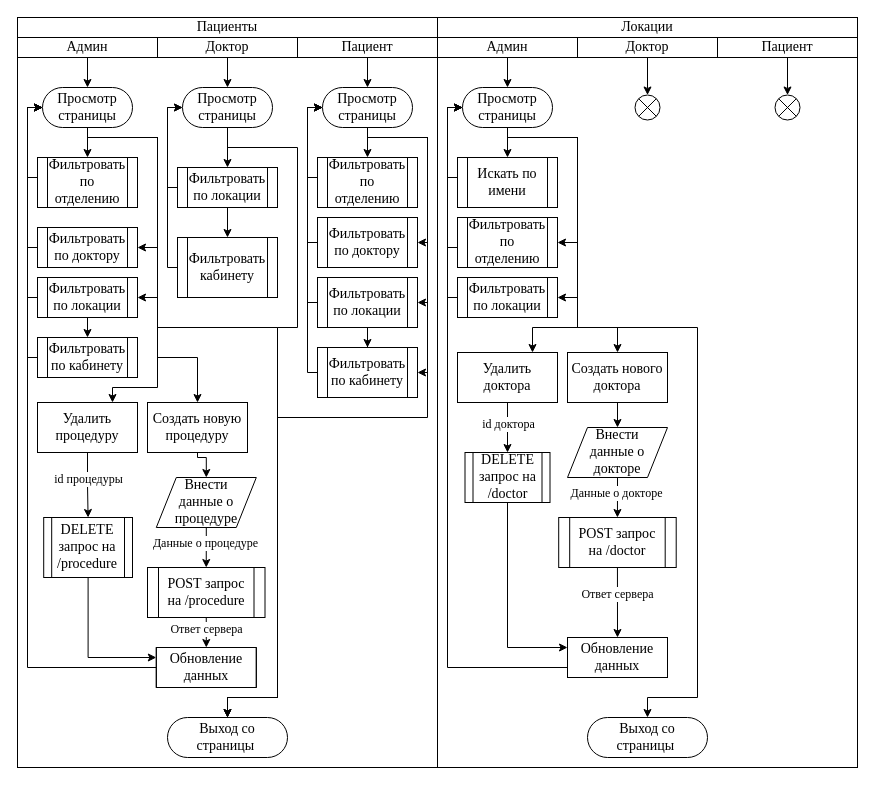
Earlier version of the draw.io diagram patients and locations.drawio (arturyumaev/Bachelor-Diploma-Docs). Source tidied: cells renumbered, new cells numbered last; positions are measured from the earlier drawing's top-left corner, leaving out a move shared by most shapes. Both pictures are drawn from the tidied source at 100%, with x=0, y=0 at pixel (17, 17).
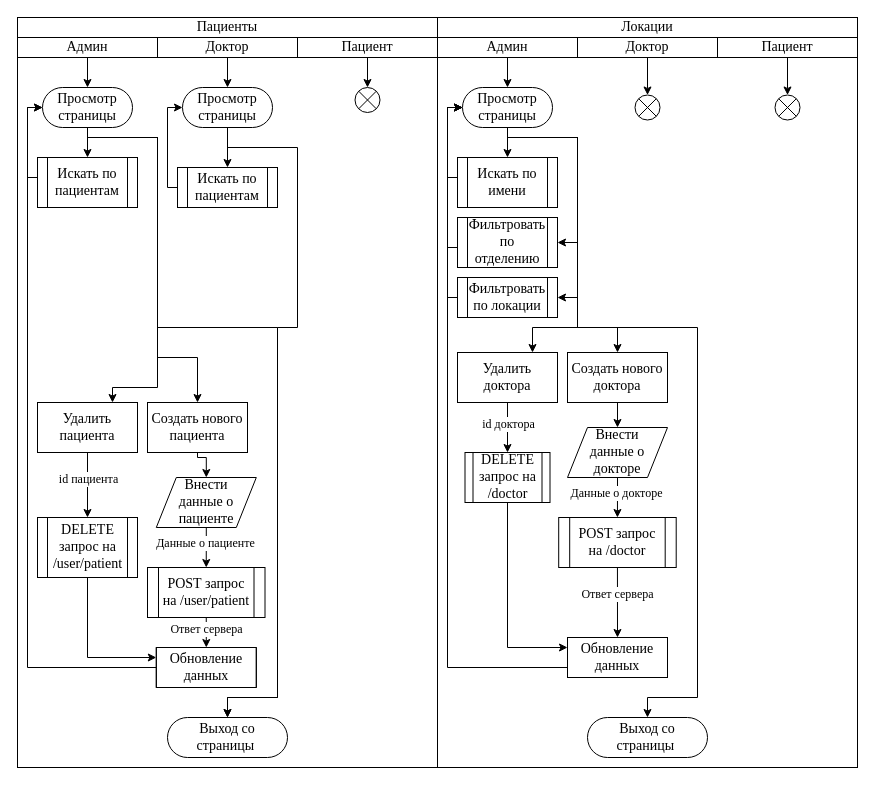
The same diagram, later.

The change refers to these unchanged cells:
```xml
<mxCell id="9" value="&lt;font style=&quot;font-size: 14px&quot; face=&quot;Times New Roman&quot;&gt;Пациент&lt;/font&gt;" style="rounded=0;whiteSpace=wrap;html=1;" parent="1" vertex="1">
  <mxGeometry x="280" y="20" width="140" height="20" as="geometry" />
</mxCell>
<mxCell id="17" value="&lt;font style=&quot;font-size: 14px&quot; face=&quot;Times New Roman&quot;&gt;Просмотр страницы&lt;/font&gt;" style="rounded=1;whiteSpace=wrap;html=1;fillColor=none;arcSize=50;" parent="1" vertex="1">
  <mxGeometry x="25" y="70" width="90" height="40" as="geometry" />
</mxCell>
<mxCell id="18" value="&lt;font style=&quot;font-size: 14px&quot; face=&quot;Times New Roman&quot;&gt;Выход со страницы&amp;nbsp;&lt;/font&gt;" style="rounded=1;whiteSpace=wrap;html=1;fillColor=none;arcSize=50;" parent="1" vertex="1">
  <mxGeometry x="150" y="700" width="120" height="40" as="geometry" />
</mxCell>
<mxCell id="23" value="&lt;font style=&quot;font-size: 14px&quot; face=&quot;Times New Roman&quot;&gt;Просмотр страницы&lt;/font&gt;" style="rounded=1;whiteSpace=wrap;html=1;fillColor=none;arcSize=50;" parent="1" vertex="1">
  <mxGeometry x="165" y="70" width="90" height="40" as="geometry" />
</mxCell>
<mxCell id="48" style="edgeStyle=orthogonalEdgeStyle;rounded=0;jettySize=auto;html=1;exitX=0.5;exitY=1;exitDx=0;exitDy=0;entryX=0.5;entryY=0;entryDx=0;entryDy=0;" parent="1" edge="1" source="50" target="53">
  <mxGeometry relative="1" as="geometry" />
</mxCell>
<mxCell id="61" style="edgeStyle=orthogonalEdgeStyle;rounded=0;jettySize=auto;html=1;exitX=0.5;exitY=1;exitDx=0;exitDy=0;entryX=0.5;entryY=0;entryDx=0;entryDy=0;" parent="1" edge="1" source="63" target="101">
  <mxGeometry relative="1" as="geometry" />
</mxCell>
```

Diff of the diagram source:
```diff
@@
-    <mxCell id="8" style="edgeStyle=orthogonalEdgeStyle;rounded=0;jettySize=auto;html=1;exitX=0.5;exitY=1;exitDx=0;exitDy=0;entryX=0.5;entryY=0;entryDx=0;entryDy=0;endArrow=classic;endFill=1;" parent="1" edge="1" source="9" target="29">
+    <mxCell id="8" style="edgeStyle=orthogonalEdgeStyle;rounded=0;jettySize=auto;html=1;exitX=0.5;exitY=1;exitDx=0;exitDy=0;entryX=0.5;entryY=0;entryDx=0;entryDy=0;endArrow=classic;endFill=1;" parent="1" edge="1" source="9" target="110">
       <mxGeometry relative="1" as="geometry" />
     </mxCell>
@@
-    <mxCell id="12" style="edgeStyle=orthogonalEdgeStyle;rounded=0;jettySize=auto;html=1;exitX=0.5;exitY=1;exitDx=0;exitDy=0;entryX=1;entryY=0.5;entryDx=0;entryDy=0;endArrow=classic;endFill=1;" parent="1" edge="1" source="17" target="31">
-      <mxGeometry relative="1" as="geometry">
-        <Array as="points">
-          <mxPoint x="70" y="120" />
-          <mxPoint x="140" y="120" />
-          <mxPoint x="140" y="230" />
-        </Array>
-      </mxGeometry>
-    </mxCell>
-    <mxCell id="13" style="edgeStyle=orthogonalEdgeStyle;rounded=0;jettySize=auto;html=1;exitX=0.5;exitY=1;exitDx=0;exitDy=0;entryX=1;entryY=0.5;entryDx=0;entryDy=0;endArrow=classic;endFill=1;" parent="1" edge="1" source="17" target="34">
-      <mxGeometry relative="1" as="geometry">
-        <Array as="points">
-          <mxPoint x="70" y="120" />
-          <mxPoint x="140" y="120" />
-          <mxPoint x="140" y="280" />
-        </Array>
-      </mxGeometry>
-    </mxCell>
@@
-    <mxCell id="20" value="&lt;font style=&quot;font-size: 14px&quot; face=&quot;Times New Roman&quot;&gt;Фильтровать по отделению&lt;/font&gt;" style="shape=process;whiteSpace=wrap;html=1;backgroundOutline=1;fillColor=none;" parent="1" vertex="1">
+    <mxCell id="20" value="&lt;font style=&quot;font-size: 14px&quot; face=&quot;Times New Roman&quot;&gt;Искать по пациентам&lt;/font&gt;" style="shape=process;whiteSpace=wrap;html=1;backgroundOutline=1;fillColor=none;" parent="1" vertex="1">
       <mxGeometry x="20" y="140" width="100" height="50" as="geometry" />
     </mxCell>
@@
-    <mxCell id="24" style="edgeStyle=orthogonalEdgeStyle;rounded=0;jettySize=auto;html=1;exitX=0.5;exitY=1;exitDx=0;exitDy=0;entryX=0.5;entryY=0;entryDx=0;entryDy=0;endArrow=classic;endFill=1;" parent="1" edge="1" source="29" target="41">
-      <mxGeometry relative="1" as="geometry" />
-    </mxCell>
-    <mxCell id="25" style="edgeStyle=orthogonalEdgeStyle;rounded=0;jettySize=auto;html=1;exitX=0.5;exitY=1;exitDx=0;exitDy=0;entryX=1;entryY=0.5;entryDx=0;entryDy=0;endArrow=classic;endFill=1;" parent="1" edge="1" source="29" target="43">
-      <mxGeometry relative="1" as="geometry">
-        <Array as="points">
-          <mxPoint x="350" y="120" />
-          <mxPoint x="410" y="120" />
-          <mxPoint x="410" y="225" />
-        </Array>
-      </mxGeometry>
-    </mxCell>
-    <mxCell id="26" style="edgeStyle=orthogonalEdgeStyle;rounded=0;jettySize=auto;html=1;exitX=0.5;exitY=1;exitDx=0;exitDy=0;entryX=0.5;entryY=0;entryDx=0;entryDy=0;endArrow=classic;endFill=1;" parent="1" edge="1" source="29" target="18">
-      <mxGeometry relative="1" as="geometry">
-        <Array as="points">
-          <mxPoint x="350" y="120" />
-          <mxPoint x="410" y="120" />
-          <mxPoint x="410" y="400" />
-          <mxPoint x="260" y="400" />
-          <mxPoint x="260" y="680" />
-          <mxPoint x="210" y="680" />
-        </Array>
-      </mxGeometry>
-    </mxCell>
-    <mxCell id="27" style="edgeStyle=orthogonalEdgeStyle;rounded=0;jettySize=auto;html=1;exitX=0.5;exitY=1;exitDx=0;exitDy=0;entryX=1;entryY=0.5;entryDx=0;entryDy=0;" parent="1" edge="1" source="29" target="58">
-      <mxGeometry relative="1" as="geometry">
-        <Array as="points">
-          <mxPoint x="350" y="120" />
-          <mxPoint x="410" y="120" />
-          <mxPoint x="410" y="285" />
-        </Array>
-      </mxGeometry>
-    </mxCell>
-    <mxCell id="28" style="edgeStyle=orthogonalEdgeStyle;rounded=0;jettySize=auto;html=1;entryX=1;entryY=0.5;entryDx=0;entryDy=0;" parent="1" edge="1" source="29" target="60">
-      <mxGeometry relative="1" as="geometry">
-        <Array as="points">
-          <mxPoint x="350" y="120" />
-          <mxPoint x="410" y="120" />
-          <mxPoint x="410" y="355" />
-        </Array>
-      </mxGeometry>
-    </mxCell>
-    <mxCell id="29" value="&lt;font style=&quot;font-size: 14px&quot; face=&quot;Times New Roman&quot;&gt;Просмотр страницы&lt;/font&gt;" style="rounded=1;whiteSpace=wrap;html=1;fillColor=none;arcSize=50;" parent="1" vertex="1">
-      <mxGeometry x="305" y="70" width="90" height="40" as="geometry" />
-    </mxCell>
-    <mxCell id="30" style="edgeStyle=orthogonalEdgeStyle;rounded=0;jettySize=auto;html=1;entryX=0;entryY=0.5;entryDx=0;entryDy=0;endArrow=classic;endFill=1;" parent="1" edge="1" source="31" target="17">
-      <mxGeometry relative="1" as="geometry">
-        <Array as="points">
-          <mxPoint x="10" y="230" />
-          <mxPoint x="10" y="90" />
-        </Array>
-      </mxGeometry>
-    </mxCell>
-    <mxCell id="31" value="&lt;font style=&quot;font-size: 14px&quot; face=&quot;Times New Roman&quot;&gt;Фильтровать по доктору&lt;/font&gt;" style="shape=process;whiteSpace=wrap;html=1;backgroundOutline=1;fillColor=none;" parent="1" vertex="1">
-      <mxGeometry x="20" y="210" width="100" height="40" as="geometry" />
-    </mxCell>
-    <mxCell id="32" style="edgeStyle=orthogonalEdgeStyle;rounded=0;jettySize=auto;html=1;entryX=0;entryY=0.5;entryDx=0;entryDy=0;endArrow=classic;endFill=1;" parent="1" edge="1" source="34" target="17">
-      <mxGeometry relative="1" as="geometry">
-        <Array as="points">
-          <mxPoint x="10" y="280" />
-          <mxPoint x="10" y="90" />
-        </Array>
-      </mxGeometry>
-    </mxCell>
-    <mxCell id="33" style="edgeStyle=orthogonalEdgeStyle;rounded=0;jettySize=auto;html=1;exitX=0.5;exitY=1;exitDx=0;exitDy=0;entryX=0.5;entryY=0;entryDx=0;entryDy=0;" parent="1" edge="1" source="34" target="45">
-      <mxGeometry relative="1" as="geometry" />
-    </mxCell>
-    <mxCell id="34" value="&lt;font style=&quot;font-size: 14px&quot; face=&quot;Times New Roman&quot;&gt;Фильтровать по локации&lt;/font&gt;" style="shape=process;whiteSpace=wrap;html=1;backgroundOutline=1;fillColor=none;" parent="1" vertex="1">
-      <mxGeometry x="20" y="260" width="100" height="40" as="geometry" />
-    </mxCell>
@@
-    <mxCell id="36" style="edgeStyle=orthogonalEdgeStyle;rounded=0;jettySize=auto;html=1;entryX=0.5;entryY=0;entryDx=0;entryDy=0;" parent="1" edge="1" source="37" target="39">
-      <mxGeometry relative="1" as="geometry" />
-    </mxCell>
-    <mxCell id="37" value="&lt;font style=&quot;font-size: 14px&quot; face=&quot;Times New Roman&quot;&gt;Фильтровать по локации&lt;/font&gt;" style="shape=process;whiteSpace=wrap;html=1;backgroundOutline=1;fillColor=none;" parent="1" vertex="1">
+    <mxCell id="37" value="&lt;font style=&quot;font-size: 14px&quot; face=&quot;Times New Roman&quot;&gt;Искать по пациентам&lt;/font&gt;" style="shape=process;whiteSpace=wrap;html=1;backgroundOutline=1;fillColor=none;" parent="1" vertex="1">
       <mxGeometry x="160" y="150" width="100" height="40" as="geometry" />
     </mxCell>
-    <mxCell id="38" style="edgeStyle=orthogonalEdgeStyle;rounded=0;jettySize=auto;html=1;exitX=0;exitY=0.5;exitDx=0;exitDy=0;entryX=0;entryY=0.5;entryDx=0;entryDy=0;endArrow=classic;endFill=1;" parent="1" edge="1" source="39" target="23">
-      <mxGeometry relative="1" as="geometry">
-        <Array as="points">
-          <mxPoint x="150" y="250" />
-          <mxPoint x="150" y="90" />
-        </Array>
-      </mxGeometry>
-    </mxCell>
-    <mxCell id="39" value="&lt;font style=&quot;font-size: 14px&quot; face=&quot;Times New Roman&quot;&gt;Фильтровать кабинету&lt;/font&gt;" style="shape=process;whiteSpace=wrap;html=1;backgroundOutline=1;fillColor=none;" parent="1" vertex="1">
-      <mxGeometry x="160" y="220" width="100" height="60" as="geometry" />
-    </mxCell>
-    <mxCell id="40" style="edgeStyle=orthogonalEdgeStyle;rounded=0;jettySize=auto;html=1;exitX=0;exitY=0.5;exitDx=0;exitDy=0;entryX=0;entryY=0.5;entryDx=0;entryDy=0;endArrow=classic;endFill=1;" parent="1" edge="1" source="41" target="29">
-      <mxGeometry relative="1" as="geometry">
-        <Array as="points">
-          <mxPoint x="290" y="160" />
-          <mxPoint x="290" y="90" />
-        </Array>
-      </mxGeometry>
-    </mxCell>
-    <mxCell id="41" value="&lt;font style=&quot;font-size: 14px&quot; face=&quot;Times New Roman&quot;&gt;Фильтровать по отделению&lt;/font&gt;" style="shape=process;whiteSpace=wrap;html=1;backgroundOutline=1;fillColor=none;" parent="1" vertex="1">
-      <mxGeometry x="300" y="140" width="100" height="50" as="geometry" />
-    </mxCell>
-    <mxCell id="42" style="edgeStyle=orthogonalEdgeStyle;rounded=0;jettySize=auto;html=1;exitX=0;exitY=0.5;exitDx=0;exitDy=0;entryX=0;entryY=0.5;entryDx=0;entryDy=0;endArrow=classic;endFill=1;" parent="1" edge="1" source="43" target="29">
-      <mxGeometry relative="1" as="geometry">
-        <Array as="points">
-          <mxPoint x="290" y="225" />
-          <mxPoint x="290" y="90" />
-        </Array>
-      </mxGeometry>
-    </mxCell>
-    <mxCell id="43" value="&lt;font style=&quot;font-size: 14px&quot; face=&quot;Times New Roman&quot;&gt;Фильтровать по доктору&lt;/font&gt;" style="shape=process;whiteSpace=wrap;html=1;backgroundOutline=1;fillColor=none;" parent="1" vertex="1">
-      <mxGeometry x="300" y="200" width="100" height="50" as="geometry" />
-    </mxCell>
-    <mxCell id="44" style="edgeStyle=orthogonalEdgeStyle;rounded=0;jettySize=auto;html=1;entryX=0;entryY=0.5;entryDx=0;entryDy=0;" parent="1" edge="1" source="45" target="17">
-      <mxGeometry relative="1" as="geometry">
-        <Array as="points">
-          <mxPoint x="10" y="340" />
-          <mxPoint x="10" y="90" />
-        </Array>
-      </mxGeometry>
-    </mxCell>
-    <mxCell id="45" value="&lt;font style=&quot;font-size: 14px&quot; face=&quot;Times New Roman&quot;&gt;Фильтровать по кабинету&lt;/font&gt;" style="shape=process;whiteSpace=wrap;html=1;backgroundOutline=1;fillColor=none;" parent="1" vertex="1">
-      <mxGeometry x="20" y="320" width="100" height="40" as="geometry" />
-    </mxCell>
@@
-    <mxCell id="47" value="&lt;font style=&quot;font-size: 14px&quot; face=&quot;Times New Roman&quot;&gt;Создать новую процедуру&lt;/font&gt;" style="shape=process;whiteSpace=wrap;html=1;backgroundOutline=1;fillColor=none;size=0;" parent="1" vertex="1">
+    <mxCell id="47" value="&lt;font style=&quot;font-size: 14px&quot; face=&quot;Times New Roman&quot;&gt;Создать нового пациента&lt;/font&gt;" style="shape=process;whiteSpace=wrap;html=1;backgroundOutline=1;fillColor=none;size=0;" parent="1" vertex="1">
       <mxGeometry x="130" y="385" width="100" height="50" as="geometry" />
     </mxCell>
@@
-    <mxCell id="49" value="&lt;font style=&quot;font-size: 12px&quot; face=&quot;Times New Roman&quot;&gt;Данные о процедуре&lt;/font&gt;" style="edgeLabel;html=1;align=center;verticalAlign=middle;" parent="48" vertex="1">
+    <mxCell id="49" value="&lt;font style=&quot;font-size: 12px&quot; face=&quot;Times New Roman&quot;&gt;Данные о пациенте&lt;/font&gt;" style="edgeLabel;html=1;align=center;verticalAlign=middle;" parent="48" vertex="1">
       <mxGeometry x="-0.19" y="-1" relative="1" as="geometry" />
     </mxCell>
-    <mxCell id="50" value="&lt;font style=&quot;font-size: 14px&quot; face=&quot;Times New Roman&quot;&gt;Внести&lt;br&gt;данные о процедуре&lt;/font&gt;" style="shape=parallelogram;perimeter=parallelogramPerimeter;whiteSpace=wrap;html=1;fixedSize=1;" parent="1" vertex="1">
+    <mxCell id="50" value="&lt;font style=&quot;font-size: 14px&quot; face=&quot;Times New Roman&quot;&gt;Внести&lt;br&gt;данные о пациенте&lt;/font&gt;" style="shape=parallelogram;perimeter=parallelogramPerimeter;whiteSpace=wrap;html=1;fixedSize=1;" parent="1" vertex="1">
       <mxGeometry x="138.8" y="460" width="100" height="50" as="geometry" />
     </mxCell>
@@
-    <mxCell id="53" value="&lt;font style=&quot;font-size: 14px&quot; face=&quot;Times New Roman&quot;&gt;POST запрос на /procedure&lt;/font&gt;" style="shape=process;whiteSpace=wrap;html=1;backgroundOutline=1;fillColor=none;size=0.09523809523809523;" parent="1" vertex="1">
+    <mxCell id="53" value="&lt;font style=&quot;font-size: 14px&quot; face=&quot;Times New Roman&quot;&gt;POST запрос на /user/patient&lt;/font&gt;" style="shape=process;whiteSpace=wrap;html=1;backgroundOutline=1;fillColor=none;size=0.09523809523809523;" parent="1" vertex="1">
       <mxGeometry x="130" y="550" width="117.5" height="50" as="geometry" />
     </mxCell>
@@
-    <mxCell id="56" style="edgeStyle=orthogonalEdgeStyle;rounded=0;jettySize=auto;html=1;entryX=0.5;entryY=0;entryDx=0;entryDy=0;" parent="1" edge="1" source="58" target="60">
-      <mxGeometry relative="1" as="geometry" />
-    </mxCell>
-    <mxCell id="57" style="edgeStyle=orthogonalEdgeStyle;rounded=0;jettySize=auto;html=1;entryX=0;entryY=0.5;entryDx=0;entryDy=0;" parent="1" edge="1" source="58" target="29">
-      <mxGeometry relative="1" as="geometry">
-        <Array as="points">
-          <mxPoint x="290" y="285" />
-          <mxPoint x="290" y="90" />
-        </Array>
-      </mxGeometry>
-    </mxCell>
-    <mxCell id="58" value="&lt;font style=&quot;font-size: 14px&quot; face=&quot;Times New Roman&quot;&gt;Фильтровать по локации&lt;/font&gt;" style="shape=process;whiteSpace=wrap;html=1;backgroundOutline=1;fillColor=none;" parent="1" vertex="1">
-      <mxGeometry x="300" y="260" width="100" height="50" as="geometry" />
-    </mxCell>
-    <mxCell id="59" style="edgeStyle=orthogonalEdgeStyle;rounded=0;jettySize=auto;html=1;entryX=0;entryY=0.5;entryDx=0;entryDy=0;" parent="1" edge="1" source="60" target="29">
-      <mxGeometry relative="1" as="geometry">
-        <Array as="points">
-          <mxPoint x="290" y="355" />
-          <mxPoint x="290" y="90" />
-        </Array>
-      </mxGeometry>
-    </mxCell>
-    <mxCell id="60" value="&lt;font style=&quot;font-size: 14px&quot; face=&quot;Times New Roman&quot;&gt;Фильтровать по кабинету&lt;/font&gt;" style="shape=process;whiteSpace=wrap;html=1;backgroundOutline=1;fillColor=none;" parent="1" vertex="1">
-      <mxGeometry x="300" y="330" width="100" height="50" as="geometry" />
-    </mxCell>
@@
-    <mxCell id="62" value="&lt;font style=&quot;font-size: 12px&quot; face=&quot;Times New Roman&quot;&gt;id процедуры&lt;/font&gt;" style="edgeLabel;html=1;align=center;verticalAlign=middle;" parent="61" vertex="1">
+    <mxCell id="62" value="&lt;font style=&quot;font-size: 12px&quot; face=&quot;Times New Roman&quot;&gt;id пациента&lt;/font&gt;" style="edgeLabel;html=1;align=center;verticalAlign=middle;" parent="61" vertex="1">
       <mxGeometry x="-0.2" relative="1" as="geometry" />
     </mxCell>
-    <mxCell id="63" value="&lt;font style=&quot;font-size: 14px&quot; face=&quot;Times New Roman&quot;&gt;Удалить процедуру&lt;/font&gt;" style="shape=process;whiteSpace=wrap;html=1;backgroundOutline=1;fillColor=none;size=0;" parent="1" vertex="1">
+    <mxCell id="63" value="&lt;font style=&quot;font-size: 14px&quot; face=&quot;Times New Roman&quot;&gt;Удалить пациента&lt;/font&gt;" style="shape=process;whiteSpace=wrap;html=1;backgroundOutline=1;fillColor=none;size=0;" parent="1" vertex="1">
       <mxGeometry x="20" y="385" width="100" height="50" as="geometry" />
     </mxCell>
@@
-    <mxCell id="101" value="&lt;font style=&quot;font-size: 14px&quot; face=&quot;Times New Roman&quot;&gt;DELETE запрос на /procedure&lt;/font&gt;" style="shape=process;whiteSpace=wrap;html=1;backgroundOutline=1;fillColor=none;size=0.09523809523809523;" parent="1" vertex="1">
-      <mxGeometry x="26.2" y="500" width="88.8" height="60" as="geometry" />
+    <mxCell id="101" value="&lt;font style=&quot;font-size: 14px&quot; face=&quot;Times New Roman&quot;&gt;DELETE запрос на /user/patient&lt;/font&gt;" style="shape=process;whiteSpace=wrap;html=1;backgroundOutline=1;fillColor=none;size=0.09523809523809523;" parent="1" vertex="1">
+      <mxGeometry x="20" y="500" width="100" height="60" as="geometry" />
     </mxCell>
@@
+    <mxCell id="110" style="ellipse;whiteSpace=wrap;html=1;" parent="1" vertex="1">
+      <mxGeometry x="337.5" y="70" width="25" height="25" as="geometry" />
+    </mxCell>
+    <mxCell id="111" style="rounded=0;orthogonalLoop=1;jettySize=auto;html=1;exitX=0;exitY=0;exitDx=0;exitDy=0;entryX=1;entryY=1;entryDx=0;entryDy=0;endArrow=none;endFill=0;" parent="1" edge="1" source="110" target="110">
+      <mxGeometry relative="1" as="geometry" />
+    </mxCell>
+    <mxCell id="112" style="edgeStyle=none;rounded=0;orthogonalLoop=1;jettySize=auto;html=1;exitX=1;exitY=0;exitDx=0;exitDy=0;entryX=0;entryY=1;entryDx=0;entryDy=0;endArrow=none;endFill=0;" parent="1" edge="1" source="110" target="110">
+      <mxGeometry relative="1" as="geometry" />
+    </mxCell>
```
